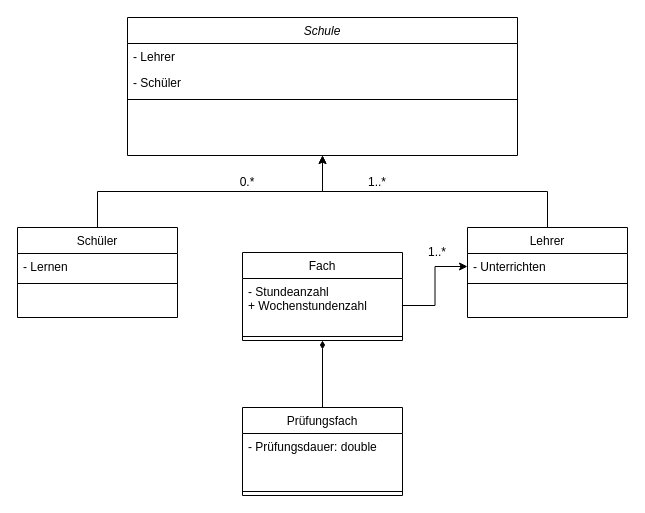
BreMoon/Tresor-typescript keeps this draw.io diagram as Unbenanntes Diagramm.drawio. Above is the earlier version. Source tidied: cells renumbered, new cells numbered last; positions are measured from the earlier drawing's top-left corner, leaving out a move shared by most shapes. Both pictures are drawn from the tidied source at 100%, with x=0, y=0 at pixel (17, 17).
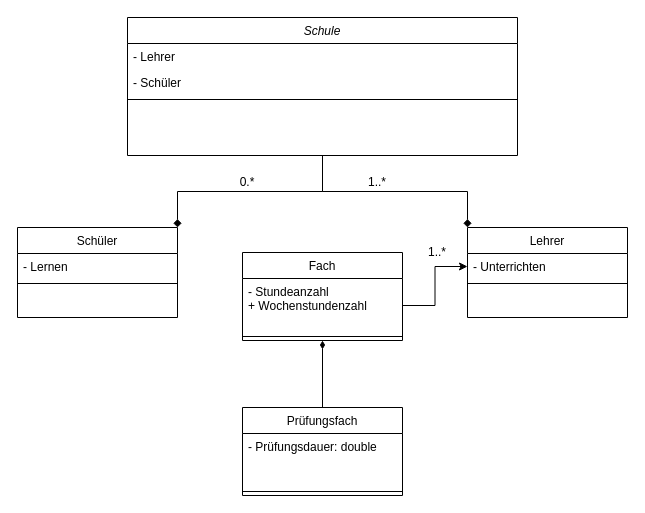
After the change.

Unchanged cells that the change refers to:
```xml
<mxCell id="2" value="Schule" style="swimlane;fontStyle=2;align=center;verticalAlign=top;horizontal=1;startSize=26;rounded=0;shadow=0;strokeWidth=1;" parent="1" vertex="1">
  <mxGeometry x="110" width="390" height="138" as="geometry" />
</mxCell>
<mxCell id="7" value="Schüler" style="swimlane;fontStyle=0;align=center;verticalAlign=top;horizontal=1;startSize=26;rounded=0;shadow=0;strokeWidth=1;" parent="1" vertex="1">
  <mxGeometry y="210" width="160" height="90" as="geometry" />
</mxCell>
<mxCell id="14" value="Lehrer" style="swimlane;fontStyle=0;align=center;verticalAlign=top;horizontal=1;startSize=26;rounded=0;shadow=0;strokeWidth=1;" parent="1" vertex="1">
  <mxGeometry x="450" y="210" width="160" height="90" as="geometry" />
</mxCell>
```

What changed in the source:
```diff
@@
+    <mxCell id="25" style="edgeStyle=orthogonalEdgeStyle;rounded=0;jettySize=auto;html=1;entryX=1;entryY=0;entryDx=0;entryDy=0;endArrow=diamond;endFill=1;" parent="1" edge="1" source="2" target="7">
+      <mxGeometry relative="1" as="geometry" />
+    </mxCell>
+    <mxCell id="26" style="edgeStyle=orthogonalEdgeStyle;rounded=0;jettySize=auto;html=1;entryX=0;entryY=0;entryDx=0;entryDy=0;endArrow=diamond;endFill=1;" parent="1" edge="1" source="2" target="14">
+      <mxGeometry relative="1" as="geometry" />
+    </mxCell>
@@
-    <mxCell id="6" style="edgeStyle=orthogonalEdgeStyle;rounded=0;jettySize=auto;html=1;entryX=0.5;entryY=1;entryDx=0;entryDy=0;" parent="1" edge="1" source="7" target="2">
-      <mxGeometry relative="1" as="geometry" />
-    </mxCell>
@@
-    <mxCell id="13" style="edgeStyle=orthogonalEdgeStyle;rounded=0;jettySize=auto;html=1;entryX=0.5;entryY=1;entryDx=0;entryDy=0;" parent="1" edge="1" source="14" target="2">
-      <mxGeometry relative="1" as="geometry" />
-    </mxCell>
```
